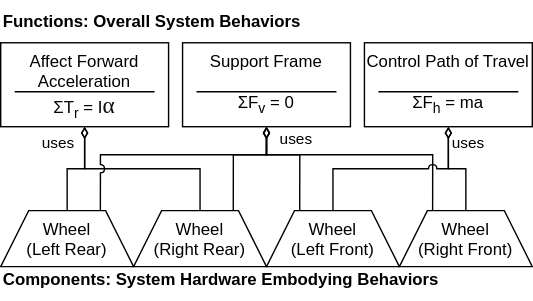
Above: docs-source/figures/frdl/concepts/functions_vs_components.svg in nasa/fmdtools (draw.io), before the change. Source tidied: cells renumbered, new cells last; positions are measured from the earlier drawing's top-left corner, leaving out a move shared by most shapes.
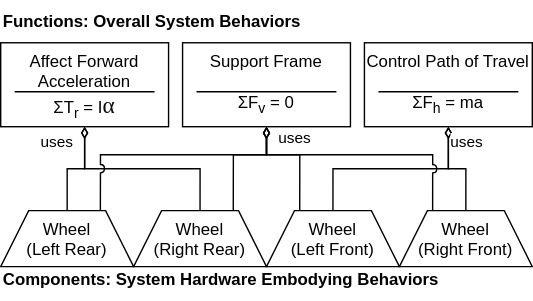
Later version of the same file.

Diff of the diagram source:
```diff
@@ -2,70 +2,70 @@
   <root>
     <mxCell id="0" />
     <mxCell id="1" parent="0" />
-    <mxCell id="2" style="rounded=0;jettySize=auto;html=1;exitX=0.5;exitY=1;exitDx=0;exitDy=0;entryX=0.5;entryY=0;entryDx=0;entryDy=0;startArrow=diamondThin;startFill=0;edgeStyle=orthogonalEdgeStyle;jumpStyle=arc;endArrow=none;endFill=0;" parent="1" edge="1" source="5" target="17">
+    <mxCell id="2" style="rounded=0;jettySize=auto;html=1;exitX=0.5;exitY=1;exitDx=0;exitDy=0;entryX=0.5;entryY=0;entryDx=0;entryDy=0;startArrow=diamondThin;startFill=0;edgeStyle=orthogonalEdgeStyle;jumpStyle=none;endArrow=none;endFill=0;" parent="1" edge="1" source="15" target="18">
       <mxGeometry relative="1" as="geometry" />
     </mxCell>
-    <mxCell id="3" style="rounded=0;jettySize=auto;html=1;entryX=0.5;entryY=0;entryDx=0;entryDy=0;startArrow=diamondThin;startFill=0;edgeStyle=orthogonalEdgeStyle;exitX=0.5;exitY=1;exitDx=0;exitDy=0;endArrow=none;endFill=0;" parent="1" edge="1" source="5" target="16">
+    <mxCell id="3" style="rounded=0;jettySize=auto;html=1;exitX=0.5;exitY=1;exitDx=0;exitDy=0;entryX=0.5;entryY=0;entryDx=0;entryDy=0;startArrow=diamondThin;startFill=0;edgeStyle=orthogonalEdgeStyle;jumpStyle=arc;endArrow=none;endFill=0;" parent="1" edge="1" source="6" target="17">
       <mxGeometry relative="1" as="geometry" />
     </mxCell>
-    <mxCell id="4" value="uses" style="edgeLabel;html=1;align=center;verticalAlign=middle;" parent="3" vertex="1">
-      <mxGeometry x="-0.71" relative="1" as="geometry">
-        <mxPoint x="-20" as="offset" />
-      </mxGeometry>
+    <mxCell id="4" style="rounded=0;jettySize=auto;html=1;entryX=0.5;entryY=0;entryDx=0;entryDy=0;startArrow=diamondThin;startFill=0;edgeStyle=orthogonalEdgeStyle;exitX=0.5;exitY=1;exitDx=0;exitDy=0;endArrow=none;endFill=0;" parent="1" edge="1" source="6" target="16">
+      <mxGeometry relative="1" as="geometry" />
     </mxCell>
-    <mxCell id="5" value="Affect Forward Acceleration&lt;br&gt;ΣT&lt;sub&gt;r&lt;/sub&gt; = I&lt;span style=&quot;margin: 0px; padding: 0px; border: 0px; font-variant-numeric: inherit; font-variant-east-asian: inherit; font-variant-alternates: inherit; font-variant-position: inherit; font-stretch: inherit; line-height: normal; font-family: MathJax_Math-italic; font-optical-sizing: inherit; font-kerning: inherit; font-feature-settings: inherit; font-variation-settings: inherit; font-size: 16.65px; vertical-align: 0px; box-sizing: content-box; transition: none 0s ease 0s; --theme-base-primary-color-h: 193.46153846; --theme-base-primary-color-s: 67.24137931%; --theme-base-primary-color-l: 45.49019608%; --theme-primary-custom-100: hsl(var(--theme-base-primary-color-h), var(--theme-base-primary-color-s), calc(var(--theme-base-primary-color-l) + ((100% - var(--theme-base-primary-color-l)) * .9))); --theme-primary-custom-200: hsl(var(--theme-base-primary-color-h), var(--theme-base-primary-color-s), calc(var(--theme-base-primary-color-l) + ((100% - var(--theme-base-primary-color-l)) * .75))); --theme-primary-custom-300: hsl(var(--theme-base-primary-color-h), var(--theme-base-primary-color-s), calc(var(--theme-base-primary-color-l) + ((100% - var(--theme-base-primary-color-l)) * .5))); --theme-primary-custom-400: hsl(var(--theme-base-primary-color-h), var(--theme-base-primary-color-s), var(--theme-base-primary-color-l)); --theme-primary-custom-500: hsl(var(--theme-base-primary-color-h), var(--theme-base-primary-color-s), calc(var(--theme-base-primary-color-l) + (var(--theme-base-primary-color-l) * -.3))); --theme-primary-custom-600: hsl(var(--theme-base-primary-color-h), var(--theme-base-primary-color-s), calc(var(--theme-base-primary-color-l) + (var(--theme-base-primary-color-l) * -.6))); --theme-primary-custom: var(--theme-primary-custom-400); --theme-button-color: var(--theme-primary); --theme-button-hover-color: var(--theme-primary-400); --theme-button-hover-background-color: var(--theme-primary-100); --theme-button-active-background-color: var(--theme-primary-200); --theme-button-selected-color: var(--theme-primary-600); --theme-button-selected-background-color: var(--theme-primary-300); --theme-button-outlined-border-color: var(--theme-primary-400); --theme-button-outlined-selected-border-color: var(--theme-primary-500); --theme-button-primary-color: var(--white); --theme-button-primary-active-color: var(--white); --theme-button-primary-hover-color: var(--white); --theme-button-primary-selected-color: var(--white); --theme-button-primary-background-color: var(--theme-primary-400); --theme-button-primary-active-background-color: var(--theme-primary-600); --theme-button-primary-hover-background-color: var(--theme-primary-500); --theme-button-primary-selected-background-color: var(--theme-primary-600); --theme-background-color: var(--white); --theme-background-position: top left; --theme-background-repeat: repeat; --theme-background-size: auto; --theme-background-attachment: auto; --theme-content-background-color: var(--white); --theme-content-border-color: var(--black-225); --theme-header-background-color: #d8eade; --theme-header-background-position: center left; --theme-header-background-repeat: repeat; --theme-header-background-size: 71px 71px; --theme-header-background-border-bottom: 0; --theme-header-link-color: var(--theme-primary); --theme-header-sponsored-color: hsla(0,0%,100%,0.4); --theme-header-foreground-color: transparent; --theme-header-foreground-position: bottom right; --theme-header-foreground-repeat: no-repeat; --theme-header-foreground-size: auto; --theme-footer-background-color: #d8eade; --theme-footer-background-position: top left; --theme-footer-background-repeat: repeat; --theme-footer-background-size: 71px 71px; --theme-footer-background-border-top: 0; --theme-footer-title-color: var(--black-500); --theme-footer-text-color: var(--black-400); --theme-footer-link-color: #047595; --theme-footer-link-color-hover: #035A72; --theme-footer-divider-color: var(--black-225); --theme-footer-padding-top: 0; --theme-footer-padding-bottom: 0; --theme-link-color: #0587AC; --theme-link-color-hover: #06aede; --theme-link-color-visited: #023949; --theme-tag-color: #5A8788; --theme-tag-background-color: #EBF5F5; --theme-tag-border-color: #CEEAEA; --theme-tag-hover-color: #507879; --theme-tag-hover-background-color: #daeded; --theme-tag-hover-border-color: #bce2e2; --theme-tag-required-color: var(--white); --theme-tag-required-background-color: var(--theme-secondary-500); --theme-tag-required-border-color: transparent; --theme-tag-required-hover-color: var(--white); --theme-tag-required-hover-background-color: var(--theme-secondary-400); --theme-tag-required-hover-border-color: transparent; --theme-body-font-family: var(--ff-sans); --theme-body-font-color: var(--black-600); --theme-post-title-font-family: var(--ff-serif); --theme-post-title-color: var(--theme-link-color); --theme-post-title-color-hover: var(--theme-link-color-hover); --theme-post-title-color-visited: var(--theme-link-color-visited); --theme-post-body-font-family: var(--ff-serif); --theme-post-owner-background-color: var(--theme-primary-100); --theme-post-owner-new-background-color: var(--theme-primary-200); --theme-topbar-bottom-border: none; display: inline; position: static; color: rgb(12, 13, 14); background-color: rgb(255, 255, 255);&quot; id=&quot;MathJax-Span-110&quot; class=&quot;mi&quot;&gt;α&lt;/span&gt;" style="rounded=0;whiteSpace=wrap;html=1;verticalAlign=top;" parent="1" vertex="1">
-      <mxGeometry y="30" width="120" height="60" as="geometry" />
+    <mxCell id="5" value="uses" style="edgeLabel;html=1;align=center;verticalAlign=middle;points=[];" parent="4" vertex="1">
+      <mxGeometry x="-0.71" relative="1" as="geometry">
+        <mxPoint x="-20" as="offset" />
+      </mxGeometry>
     </mxCell>
-    <mxCell id="6" style="rounded=0;jettySize=auto;html=1;exitX=0.5;exitY=1;exitDx=0;exitDy=0;entryX=0.75;entryY=0;entryDx=0;entryDy=0;startArrow=diamondThin;startFill=0;edgeStyle=orthogonalEdgeStyle;jumpStyle=arc;endArrow=none;endFill=0;" parent="1" edge="1" source="11" target="16">
-      <mxGeometry relative="1" as="geometry">
-        <Array as="points">
-          <mxPoint x="190" y="110" />
-          <mxPoint x="71" y="110" />
-        </Array>
-      </mxGeometry>
+    <mxCell id="6" value="Affect Forward Acceleration&lt;br&gt;ΣT&lt;sub&gt;r&lt;/sub&gt; = I&lt;span style=&quot;margin: 0px; padding: 0px; border: 0px; font-variant-numeric: inherit; font-variant-east-asian: inherit; font-variant-alternates: inherit; font-variant-position: inherit; font-stretch: inherit; line-height: normal; font-family: MathJax_Math-italic; font-optical-sizing: inherit; font-kerning: inherit; font-feature-settings: inherit; font-variation-settings: inherit; font-size: 16.65px; vertical-align: 0px; box-sizing: content-box; transition: none 0s ease 0s; --theme-base-primary-color-h: 193.46153846; --theme-base-primary-color-s: 67.24137931%; --theme-base-primary-color-l: 45.49019608%; --theme-primary-custom-100: hsl(var(--theme-base-primary-color-h), var(--theme-base-primary-color-s), calc(var(--theme-base-primary-color-l) + ((100% - var(--theme-base-primary-color-l)) * .9))); --theme-primary-custom-200: hsl(var(--theme-base-primary-color-h), var(--theme-base-primary-color-s), calc(var(--theme-base-primary-color-l) + ((100% - var(--theme-base-primary-color-l)) * .75))); --theme-primary-custom-300: hsl(var(--theme-base-primary-color-h), var(--theme-base-primary-color-s), calc(var(--theme-base-primary-color-l) + ((100% - var(--theme-base-primary-color-l)) * .5))); --theme-primary-custom-400: hsl(var(--theme-base-primary-color-h), var(--theme-base-primary-color-s), var(--theme-base-primary-color-l)); --theme-primary-custom-500: hsl(var(--theme-base-primary-color-h), var(--theme-base-primary-color-s), calc(var(--theme-base-primary-color-l) + (var(--theme-base-primary-color-l) * -.3))); --theme-primary-custom-600: hsl(var(--theme-base-primary-color-h), var(--theme-base-primary-color-s), calc(var(--theme-base-primary-color-l) + (var(--theme-base-primary-color-l) * -.6))); --theme-primary-custom: var(--theme-primary-custom-400); --theme-button-color: var(--theme-primary); --theme-button-hover-color: var(--theme-primary-400); --theme-button-hover-background-color: var(--theme-primary-100); --theme-button-active-background-color: var(--theme-primary-200); --theme-button-selected-color: var(--theme-primary-600); --theme-button-selected-background-color: var(--theme-primary-300); --theme-button-outlined-border-color: var(--theme-primary-400); --theme-button-outlined-selected-border-color: var(--theme-primary-500); --theme-button-primary-color: var(--white); --theme-button-primary-active-color: var(--white); --theme-button-primary-hover-color: var(--white); --theme-button-primary-selected-color: var(--white); --theme-button-primary-background-color: var(--theme-primary-400); --theme-button-primary-active-background-color: var(--theme-primary-600); --theme-button-primary-hover-background-color: var(--theme-primary-500); --theme-button-primary-selected-background-color: var(--theme-primary-600); --theme-background-color: var(--white); --theme-background-position: top left; --theme-background-repeat: repeat; --theme-background-size: auto; --theme-background-attachment: auto; --theme-content-background-color: var(--white); --theme-content-border-color: var(--black-225); --theme-header-background-color: #d8eade; --theme-header-background-position: center left; --theme-header-background-repeat: repeat; --theme-header-background-size: 71px 71px; --theme-header-background-border-bottom: 0; --theme-header-link-color: var(--theme-primary); --theme-header-sponsored-color: hsla(0,0%,100%,0.4); --theme-header-foreground-color: transparent; --theme-header-foreground-position: bottom right; --theme-header-foreground-repeat: no-repeat; --theme-header-foreground-size: auto; --theme-footer-background-color: #d8eade; --theme-footer-background-position: top left; --theme-footer-background-repeat: repeat; --theme-footer-background-size: 71px 71px; --theme-footer-background-border-top: 0; --theme-footer-title-color: var(--black-500); --theme-footer-text-color: var(--black-400); --theme-footer-link-color: #047595; --theme-footer-link-color-hover: #035A72; --theme-footer-divider-color: var(--black-225); --theme-footer-padding-top: 0; --theme-footer-padding-bottom: 0; --theme-link-color: #0587AC; --theme-link-color-hover: #06aede; --theme-link-color-visited: #023949; --theme-tag-color: #5A8788; --theme-tag-background-color: #EBF5F5; --theme-tag-border-color: #CEEAEA; --theme-tag-hover-color: #507879; --theme-tag-hover-background-color: #daeded; --theme-tag-hover-border-color: #bce2e2; --theme-tag-required-color: var(--white); --theme-tag-required-background-color: var(--theme-secondary-500); --theme-tag-required-border-color: transparent; --theme-tag-required-hover-color: var(--white); --theme-tag-required-hover-background-color: var(--theme-secondary-400); --theme-tag-required-hover-border-color: transparent; --theme-body-font-family: var(--ff-sans); --theme-body-font-color: var(--black-600); --theme-post-title-font-family: var(--ff-serif); --theme-post-title-color: var(--theme-link-color); --theme-post-title-color-hover: var(--theme-link-color-hover); --theme-post-title-color-visited: var(--theme-link-color-visited); --theme-post-body-font-family: var(--ff-serif); --theme-post-owner-background-color: var(--theme-primary-100); --theme-post-owner-new-background-color: var(--theme-primary-200); --theme-topbar-bottom-border: none; display: inline; position: static; color: rgb(12, 13, 14); background-color: rgb(255, 255, 255);&quot; id=&quot;MathJax-Span-110&quot; class=&quot;mi&quot;&gt;α&lt;/span&gt;" style="rounded=0;whiteSpace=wrap;html=1;verticalAlign=top;" parent="1" vertex="1">
+      <mxGeometry y="30" width="120" height="60" as="geometry" />
     </mxCell>
-    <mxCell id="7" style="rounded=0;jettySize=auto;html=1;exitX=0.5;exitY=1;exitDx=0;exitDy=0;entryX=0.75;entryY=0;entryDx=0;entryDy=0;startArrow=diamondThin;startFill=0;edgeStyle=orthogonalEdgeStyle;endArrow=none;endFill=0;" parent="1" edge="1" source="11" target="17">
+    <mxCell id="7" style="rounded=0;jettySize=auto;html=1;exitX=0.5;exitY=1;exitDx=0;exitDy=0;entryX=0.75;entryY=0;entryDx=0;entryDy=0;startArrow=diamondThin;startFill=0;edgeStyle=orthogonalEdgeStyle;jumpStyle=arc;endArrow=none;endFill=0;" parent="1" edge="1" source="12" target="16">
       <mxGeometry relative="1" as="geometry">
         <Array as="points">
           <mxPoint x="190" y="110" />
-          <mxPoint x="166" y="110" />
+          <mxPoint x="71" y="110" />
         </Array>
       </mxGeometry>
     </mxCell>
-    <mxCell id="8" style="rounded=0;jettySize=auto;html=1;exitX=0.5;exitY=1;exitDx=0;exitDy=0;entryX=0.25;entryY=0;entryDx=0;entryDy=0;startArrow=diamondThin;startFill=0;edgeStyle=orthogonalEdgeStyle;endArrow=none;endFill=0;" parent="1" edge="1" source="11" target="18">
+    <mxCell id="8" style="rounded=0;jettySize=auto;html=1;exitX=0.5;exitY=1;exitDx=0;exitDy=0;entryX=0.75;entryY=0;entryDx=0;entryDy=0;startArrow=diamondThin;startFill=0;edgeStyle=orthogonalEdgeStyle;endArrow=none;endFill=0;" parent="1" edge="1" source="12" target="17">
       <mxGeometry relative="1" as="geometry">
         <Array as="points">
           <mxPoint x="190" y="110" />
-          <mxPoint x="214" y="110" />
+          <mxPoint x="166" y="110" />
         </Array>
       </mxGeometry>
     </mxCell>
-    <mxCell id="9" style="rounded=0;jettySize=auto;html=1;exitX=0.5;exitY=1;exitDx=0;exitDy=0;entryX=0.25;entryY=0;entryDx=0;entryDy=0;startArrow=diamondThin;startFill=0;edgeStyle=orthogonalEdgeStyle;jumpStyle=none;endArrow=none;endFill=0;" parent="1" edge="1" source="11" target="19">
+    <mxCell id="9" style="rounded=0;jettySize=auto;html=1;exitX=0.5;exitY=1;exitDx=0;exitDy=0;entryX=0.25;entryY=0;entryDx=0;entryDy=0;startArrow=diamondThin;startFill=0;edgeStyle=orthogonalEdgeStyle;endArrow=none;endFill=0;" parent="1" edge="1" source="12" target="18">
       <mxGeometry relative="1" as="geometry">
         <Array as="points">
           <mxPoint x="190" y="110" />
-          <mxPoint x="309" y="110" />
+          <mxPoint x="214" y="110" />
         </Array>
       </mxGeometry>
     </mxCell>
-    <mxCell id="10" value="uses" style="edgeLabel;html=1;align=center;verticalAlign=middle;" parent="9" vertex="1">
-      <mxGeometry x="-0.91" relative="1" as="geometry">
-        <mxPoint x="20" as="offset" />
+    <mxCell id="10" style="rounded=0;jettySize=auto;html=1;exitX=0.5;exitY=1;exitDx=0;exitDy=0;entryX=0.25;entryY=0;entryDx=0;entryDy=0;startArrow=diamondThin;startFill=0;edgeStyle=orthogonalEdgeStyle;jumpStyle=arc;endArrow=none;endFill=0;" parent="1" edge="1" source="12" target="19">
+      <mxGeometry relative="1" as="geometry">
+        <Array as="points">
+          <mxPoint x="190" y="110" />
+          <mxPoint x="309" y="110" />
+        </Array>
       </mxGeometry>
     </mxCell>
-    <mxCell id="11" value="Support Frame&lt;br&gt;&lt;br&gt;ΣF&lt;sub&gt;v&lt;/sub&gt; = 0" style="rounded=0;whiteSpace=wrap;html=1;verticalAlign=top;" parent="1" vertex="1">
-      <mxGeometry x="130" y="30" width="120" height="60" as="geometry" />
+    <mxCell id="11" value="uses" style="edgeLabel;html=1;align=center;verticalAlign=middle;points=[];" parent="10" vertex="1">
+      <mxGeometry x="-0.91" relative="1" as="geometry">
+        <mxPoint x="20" as="offset" />
+      </mxGeometry>
     </mxCell>
-    <mxCell id="12" style="rounded=0;jettySize=auto;html=1;exitX=0.5;exitY=1;exitDx=0;exitDy=0;entryX=0.5;entryY=0;entryDx=0;entryDy=0;startArrow=diamondThin;startFill=0;edgeStyle=orthogonalEdgeStyle;endArrow=none;endFill=0;" parent="1" edge="1" source="15" target="19">
-      <mxGeometry relative="1" as="geometry" />
+    <mxCell id="12" value="Support Frame&lt;br&gt;&lt;br&gt;ΣF&lt;sub&gt;v&lt;/sub&gt; = 0" style="rounded=0;whiteSpace=wrap;html=1;verticalAlign=top;" parent="1" vertex="1">
+      <mxGeometry x="130" y="30" width="120" height="60" as="geometry" />
     </mxCell>
-    <mxCell id="13" value="uses" style="edgeLabel;html=1;align=center;verticalAlign=middle;" parent="12" vertex="1">
-      <mxGeometry x="-0.69" y="3" relative="1" as="geometry">
-        <mxPoint x="10" as="offset" />
-      </mxGeometry>
+    <mxCell id="13" style="rounded=0;jettySize=auto;html=1;exitX=0.5;exitY=1;exitDx=0;exitDy=0;entryX=0.5;entryY=0;entryDx=0;entryDy=0;startArrow=diamondThin;startFill=0;edgeStyle=orthogonalEdgeStyle;endArrow=none;endFill=0;" parent="1" edge="1" source="15" target="19">
+      <mxGeometry relative="1" as="geometry" />
     </mxCell>
-    <mxCell id="14" style="rounded=0;jettySize=auto;html=1;exitX=0.5;exitY=1;exitDx=0;exitDy=0;entryX=0.5;entryY=0;entryDx=0;entryDy=0;startArrow=diamondThin;startFill=0;edgeStyle=orthogonalEdgeStyle;jumpStyle=arc;endArrow=none;endFill=0;" parent="1" edge="1" source="15" target="18">
-      <mxGeometry relative="1" as="geometry" />
+    <mxCell id="14" value="uses" style="edgeLabel;html=1;align=center;verticalAlign=middle;" parent="13" vertex="1">
+      <mxGeometry x="-0.69" y="3" relative="1" as="geometry">
+        <mxPoint x="10" as="offset" />
+      </mxGeometry>
     </mxCell>
     <mxCell id="15" value="Control Path of Travel&lt;br&gt;&lt;br&gt;ΣF&lt;sub style=&quot;border-color: var(--border-color);&quot;&gt;h&lt;/sub&gt;&amp;nbsp;= ma" style="rounded=0;whiteSpace=wrap;html=1;verticalAlign=top;" parent="1" vertex="1">
       <mxGeometry x="260" y="30" width="120" height="60" as="geometry" />
```
